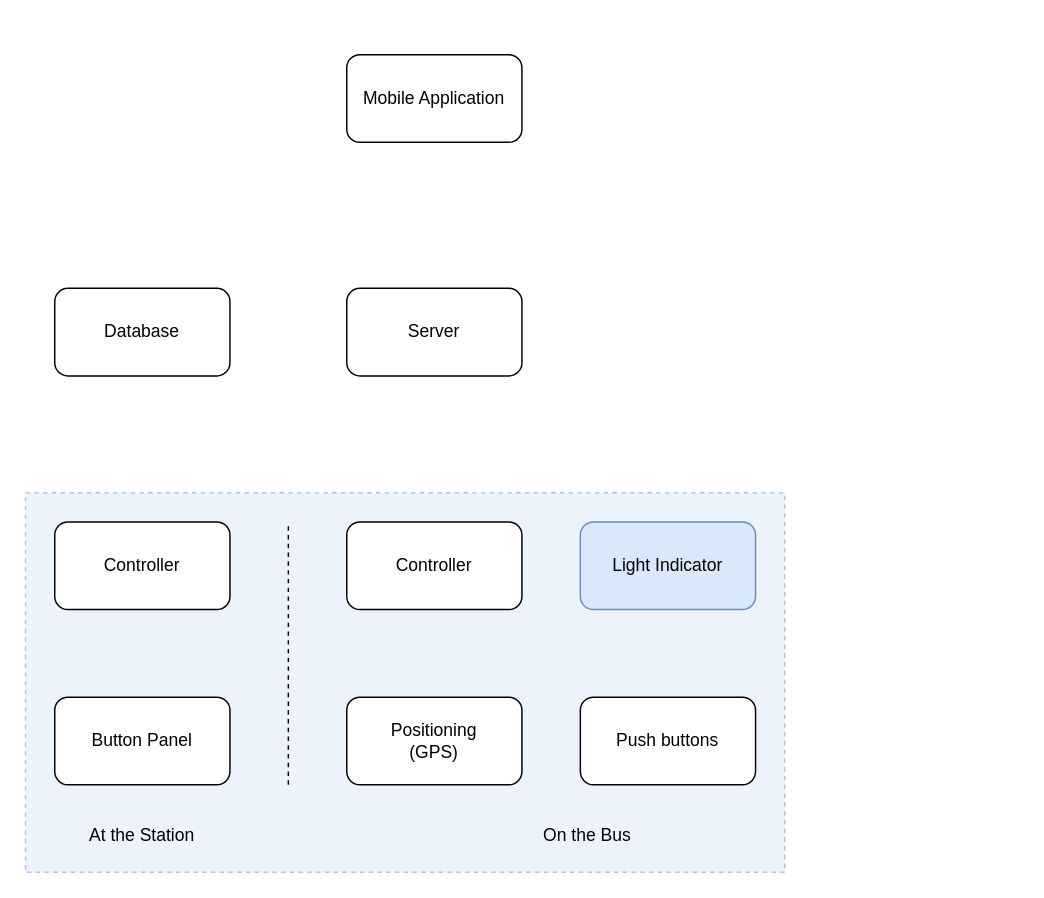
Earlier version of the draw.io diagram PBL6-BusSystemImprovement.drawio (lukas0173/Draw.io). Source tidied: cells renumbered, new cells numbered last; positions are measured from the earlier drawing's top-left corner, leaving out a move shared by most shapes. Both pictures are drawn from the tidied source at 146%, with x=0, y=0 at pixel (25, 54).
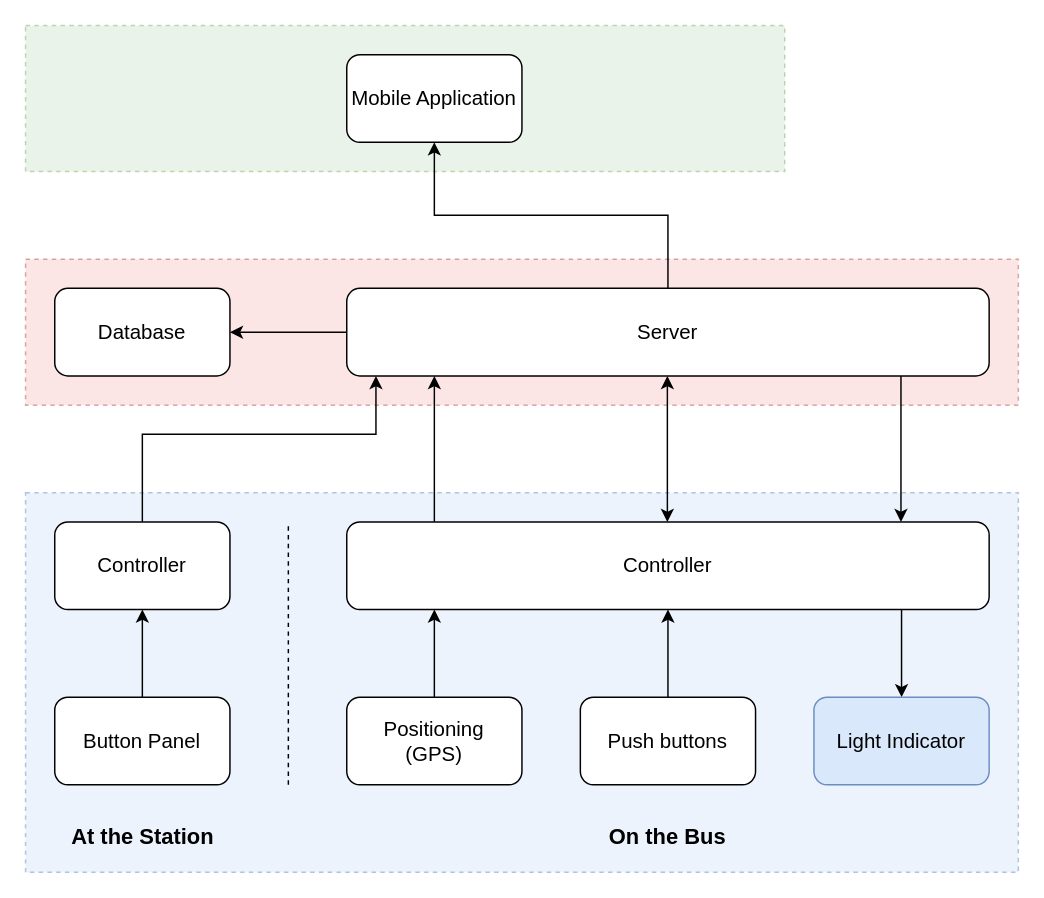
Above is the later version.

What changed in the source:
```diff
@@
+    <mxCell id="15" style="rounded=0;whiteSpace=wrap;html=1;dashed=1;fillColor=#d5e8d4;strokeColor=#82b366;opacity=50;fontSize=14;" parent="1" vertex="1">
+      <mxGeometry y="-20" width="520" height="100" as="geometry" />
+    </mxCell>
+    <mxCell id="16" style="rounded=0;whiteSpace=wrap;html=1;dashed=1;fillColor=#f8cecc;strokeColor=#b85450;opacity=50;fontSize=14;" parent="1" vertex="1">
+      <mxGeometry y="140" width="680" height="100" as="geometry" />
+    </mxCell>
-    <mxCell id="2" style="rounded=0;whiteSpace=wrap;html=1;dashed=1;fillColor=#dae8fc;strokeColor=#6c8ebf;opacity=50;" parent="1" vertex="1">
-      <mxGeometry y="300" width="520" height="260" as="geometry" />
+    <mxCell id="2" style="rounded=0;whiteSpace=wrap;html=1;dashed=1;fillColor=#dae8fc;strokeColor=#6c8ebf;opacity=50;fontSize=14;" parent="1" vertex="1">
+      <mxGeometry y="300" width="680" height="260" as="geometry" />
     </mxCell>
-    <mxCell id="3" value="Controller" style="rounded=1;whiteSpace=wrap;html=1;" parent="1" vertex="1">
-      <mxGeometry x="220" y="320" width="120" height="60" as="geometry" />
+    <mxCell id="3" value="Controller" style="rounded=1;whiteSpace=wrap;html=1;fontSize=14;" parent="1" vertex="1">
+      <mxGeometry x="220" y="320" width="440" height="60" as="geometry" />
     </mxCell>
+    <mxCell id="17" style="edgeStyle=orthogonalEdgeStyle;rounded=0;jettySize=auto;html=1;" parent="1" edge="1" source="4" target="3">
+      <mxGeometry relative="1" as="geometry">
+        <Array as="points">
+          <mxPoint x="280" y="400" />
+          <mxPoint x="280" y="400" />
+        </Array>
+      </mxGeometry>
+    </mxCell>
-    <mxCell id="4" value="Positioning&lt;div&gt;(GPS)&lt;/div&gt;" style="rounded=1;whiteSpace=wrap;html=1;" parent="1" vertex="1">
+    <mxCell id="4" value="Positioning&lt;div&gt;(GPS)&lt;/div&gt;" style="rounded=1;whiteSpace=wrap;html=1;fontSize=14;" parent="1" vertex="1">
       <mxGeometry x="220" y="440" width="120" height="60" as="geometry" />
     </mxCell>
+    <mxCell id="18" style="edgeStyle=orthogonalEdgeStyle;rounded=0;jettySize=auto;html=1;startArrow=classic;startFill=1;endArrow=none;endFill=0;" parent="1" edge="1" source="5" target="3">
+      <mxGeometry relative="1" as="geometry">
+        <Array as="points">
+          <mxPoint x="600" y="400" />
+          <mxPoint x="600" y="400" />
+        </Array>
+      </mxGeometry>
+    </mxCell>
-    <mxCell id="5" value="Light Indicator" style="rounded=1;whiteSpace=wrap;html=1;fillStyle=auto;fillColor=#dae8fc;strokeColor=#6c8ebf;" parent="1" vertex="1">
-      <mxGeometry x="380" y="320" width="120" height="60" as="geometry" />
+    <mxCell id="5" value="Light Indicator" style="rounded=1;whiteSpace=wrap;html=1;fillStyle=auto;fillColor=#dae8fc;strokeColor=#6c8ebf;fontSize=14;" parent="1" vertex="1">
+      <mxGeometry x="540" y="440" width="120" height="60" as="geometry" />
     </mxCell>
+    <mxCell id="19" style="edgeStyle=orthogonalEdgeStyle;rounded=0;jettySize=auto;html=1;" parent="1" edge="1" source="6" target="3">
+      <mxGeometry relative="1" as="geometry" />
+    </mxCell>
-    <mxCell id="6" value="Push buttons" style="rounded=1;whiteSpace=wrap;html=1;" parent="1" vertex="1">
+    <mxCell id="6" value="Push buttons" style="rounded=1;whiteSpace=wrap;html=1;fontSize=14;" parent="1" vertex="1">
       <mxGeometry x="380" y="440" width="120" height="60" as="geometry" />
     </mxCell>
+    <mxCell id="20" style="edgeStyle=orthogonalEdgeStyle;rounded=0;jettySize=auto;html=1;" parent="1" edge="1" source="7" target="9">
+      <mxGeometry relative="1" as="geometry" />
+    </mxCell>
+    <mxCell id="21" style="edgeStyle=orthogonalEdgeStyle;rounded=0;jettySize=auto;html=1;" parent="1" edge="1" source="7" target="8">
+      <mxGeometry relative="1" as="geometry" />
+    </mxCell>
+    <mxCell id="22" style="edgeStyle=orthogonalEdgeStyle;rounded=0;jettySize=auto;html=1;startArrow=classic;startFill=1;endArrow=none;endFill=0;" parent="1" edge="1" source="7">
+      <mxGeometry relative="1" as="geometry">
+        <mxPoint x="280" y="320" as="targetPoint" />
+        <Array as="points">
+          <mxPoint x="280" y="320" />
+        </Array>
+      </mxGeometry>
+    </mxCell>
-    <mxCell id="7" value="Server" style="rounded=1;whiteSpace=wrap;html=1;" parent="1" vertex="1">
-      <mxGeometry x="220" y="160" width="120" height="60" as="geometry" />
+    <mxCell id="7" value="Server" style="rounded=1;whiteSpace=wrap;html=1;fontSize=14;" parent="1" vertex="1">
+      <mxGeometry x="220" y="160" width="440" height="60" as="geometry" />
     </mxCell>
-    <mxCell id="8" value="Database" style="rounded=1;whiteSpace=wrap;html=1;" parent="1" vertex="1">
+    <mxCell id="8" value="Database" style="rounded=1;whiteSpace=wrap;html=1;fontSize=14;" parent="1" vertex="1">
       <mxGeometry x="20" y="160" width="120" height="60" as="geometry" />
     </mxCell>
-    <mxCell id="9" value="Mobile Application" style="rounded=1;whiteSpace=wrap;html=1;" parent="1" vertex="1">
+    <mxCell id="9" value="Mobile Application" style="rounded=1;whiteSpace=wrap;html=1;fontSize=14;" parent="1" vertex="1">
       <mxGeometry x="220" width="120" height="60" as="geometry" />
     </mxCell>
+    <mxCell id="23" style="edgeStyle=orthogonalEdgeStyle;rounded=0;jettySize=auto;html=1;" parent="1" edge="1" source="10">
+      <mxGeometry relative="1" as="geometry">
+        <mxPoint x="240" y="220" as="targetPoint" />
+        <Array as="points">
+          <mxPoint x="80" y="260" />
+          <mxPoint x="240" y="260" />
+          <mxPoint x="240" y="220" />
+        </Array>
+      </mxGeometry>
+    </mxCell>
-    <mxCell id="10" value="Controller" style="rounded=1;whiteSpace=wrap;html=1;" parent="1" vertex="1">
+    <mxCell id="10" value="Controller" style="rounded=1;whiteSpace=wrap;html=1;fontSize=14;" parent="1" vertex="1">
       <mxGeometry x="20" y="320" width="120" height="60" as="geometry" />
     </mxCell>
+    <mxCell id="24" style="edgeStyle=orthogonalEdgeStyle;rounded=0;jettySize=auto;html=1;" parent="1" edge="1" source="11" target="10">
+      <mxGeometry relative="1" as="geometry" />
+    </mxCell>
-    <mxCell id="11" value="Button Panel" style="rounded=1;whiteSpace=wrap;html=1;" parent="1" vertex="1">
+    <mxCell id="11" value="Button Panel" style="rounded=1;whiteSpace=wrap;html=1;fontSize=14;" parent="1" vertex="1">
       <mxGeometry x="20" y="440" width="120" height="60" as="geometry" />
     </mxCell>
-    <mxCell id="12" style="endArrow=none;html=1;rounded=0;dashed=1;" parent="1" edge="1">
+    <mxCell id="12" style="endArrow=none;html=1;rounded=0;dashed=1;fontSize=14;" parent="1" edge="1">
       <mxGeometry relative="1" as="geometry">
         <mxPoint x="180" y="500" as="sourcePoint" />
         <mxPoint x="180" y="320" as="targetPoint" />
       </mxGeometry>
     </mxCell>
-    <mxCell id="13" value="At the Station" style="text;html=1;align=center;verticalAlign=middle;whiteSpace=wrap;rounded=0;" parent="1" vertex="1">
-      <mxGeometry x="35" y="520" width="90" height="30" as="geometry" />
+    <mxCell id="13" value="At the Station" style="text;html=1;align=center;verticalAlign=middle;whiteSpace=wrap;rounded=0;fontSize=15;fontStyle=1;" parent="1" vertex="1">
+      <mxGeometry x="27.5" y="520" width="105" height="30" as="geometry" />
     </mxCell>
-    <mxCell id="14" value="On the Bus" style="text;html=1;align=center;verticalAlign=middle;whiteSpace=wrap;rounded=0;" parent="1" vertex="1">
-      <mxGeometry x="340" y="520" width="90" height="30" as="geometry" />
+    <mxCell id="14" value="On the Bus" style="text;html=1;align=center;verticalAlign=middle;whiteSpace=wrap;rounded=0;fontStyle=1;fontSize=15;" parent="1" vertex="1">
+      <mxGeometry x="395" y="520" width="90" height="30" as="geometry" />
     </mxCell>
+    <mxCell id="25" style="edgeStyle=orthogonalEdgeStyle;rounded=0;orthogonalLoop=1;jettySize=auto;html=1;startArrow=classic;startFill=1;endArrow=classic;endFill=1;" parent="1" edge="1">
+      <mxGeometry relative="1" as="geometry">
+        <mxPoint x="439.6" y="220" as="sourcePoint" />
+        <mxPoint x="439.6" y="320" as="targetPoint" />
+        <Array as="points">
+          <mxPoint x="439.6" y="320" />
+        </Array>
+      </mxGeometry>
+    </mxCell>
+    <mxCell id="26" style="edgeStyle=orthogonalEdgeStyle;rounded=0;orthogonalLoop=1;jettySize=auto;html=1;" parent="1" edge="1">
+      <mxGeometry relative="1" as="geometry">
+        <mxPoint x="599.6" y="220" as="sourcePoint" />
+        <mxPoint x="599.6" y="320" as="targetPoint" />
+        <Array as="points">
+          <mxPoint x="599.6" y="320" />
+        </Array>
+      </mxGeometry>
+    </mxCell>
```
